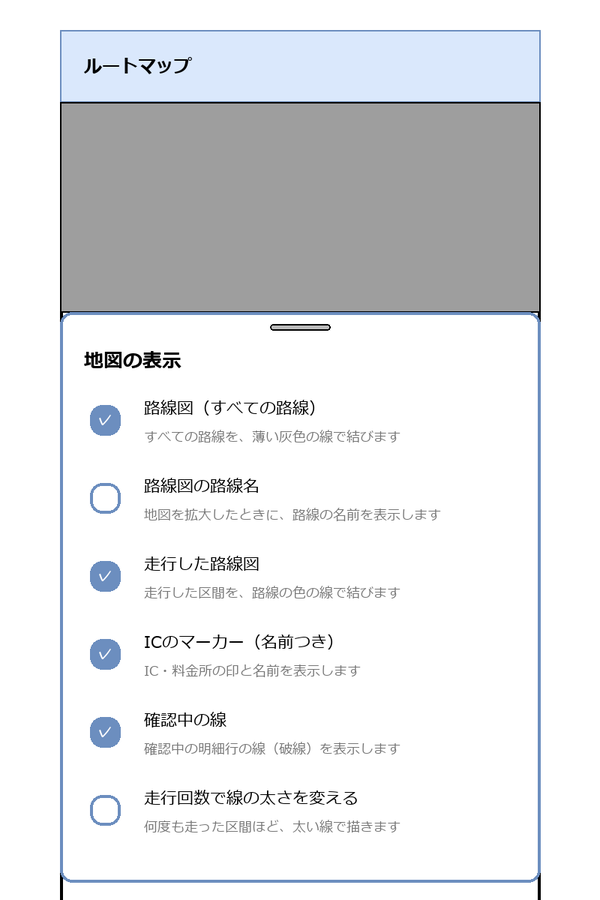
hnt1028/etc-meisai keeps this draw.io diagram as docs/systems/screens/images/SCR-005-route-map-layers.drawio.png. Above is the earlier version. Source tidied: cells renumbered, new cells last; positions are measured from the earlier drawing's top-left corner, leaving out a move shared by most shapes.
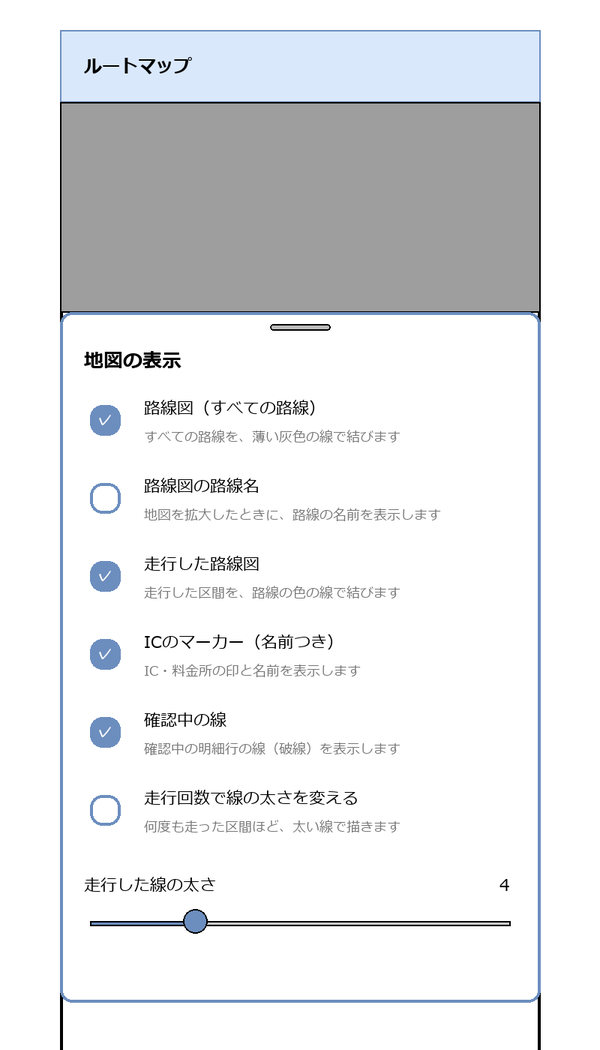
After the change.

Change to the diagram source:
```diff
@@ -3,7 +3,7 @@
     <mxCell id="0" />
     <mxCell id="1" parent="0" />
     <mxCell id="2" style="rounded=1;whiteSpace=wrap;html=1;arcSize=3;strokeWidth=2;" parent="1" vertex="1">
-      <mxGeometry width="320" height="640" as="geometry" />
+      <mxGeometry width="320" height="720" as="geometry" />
     </mxCell>
     <mxCell id="3" value="ルートマップ" style="rounded=0;whiteSpace=wrap;html=1;align=left;spacingLeft=16;fontStyle=1;fillColor=#dae8fc;strokeColor=#6c8ebf;" parent="1" vertex="1">
       <mxGeometry width="320" height="48" as="geometry" />
@@ -30,7 +30,7 @@
       <mxGeometry y="48" width="320" height="140" as="geometry" />
     </mxCell>
     <mxCell id="11" style="rounded=1;whiteSpace=wrap;html=1;arcSize=4;fillColor=#ffffff;strokeColor=#6c8ebf;strokeWidth=2;" parent="1" vertex="1">
-      <mxGeometry y="188" width="320" height="380" as="geometry" />
+      <mxGeometry y="188" width="320" height="460" as="geometry" />
     </mxCell>
     <mxCell id="12" style="rounded=1;whiteSpace=wrap;html=1;arcSize=50;fillColor=#bbbbbb;strokeColor=none;" parent="1" vertex="1">
       <mxGeometry x="140" y="196" width="40" height="4" as="geometry" />
@@ -104,5 +104,20 @@
     <mxCell id="35" value="何度も走った区間ほど、太い線で描きます" style="text;html=1;align=left;verticalAlign=middle;fontSize=9;fontColor=#777777;" parent="1" vertex="1">
       <mxGeometry x="56" y="522" width="250" height="18" as="geometry" />
     </mxCell>
+    <mxCell id="36" value="走行した線の太さ" style="text;html=1;align=left;verticalAlign=middle;fontSize=11;" parent="1" vertex="1">
+      <mxGeometry x="16" y="560" width="200" height="20" as="geometry" />
+    </mxCell>
+    <mxCell id="37" value="4" style="text;html=1;align=right;verticalAlign=middle;fontSize=11;" parent="1" vertex="1">
+      <mxGeometry x="260" y="560" width="40" height="20" as="geometry" />
+    </mxCell>
+    <mxCell id="38" style="rounded=0;whiteSpace=wrap;html=1;fillColor=#cccccc;strokeColor=none;" parent="1" vertex="1">
+      <mxGeometry x="20" y="594" width="280" height="3" as="geometry" />
+    </mxCell>
+    <mxCell id="39" style="rounded=0;whiteSpace=wrap;html=1;fillColor=#6c8ebf;strokeColor=none;" parent="1" vertex="1">
+      <mxGeometry x="20" y="594" width="70" height="3" as="geometry" />
+    </mxCell>
+    <mxCell id="40" style="ellipse;whiteSpace=wrap;html=1;fillColor=#6c8ebf;strokeColor=none;" parent="1" vertex="1">
+      <mxGeometry x="82" y="586" width="16" height="16" as="geometry" />
+    </mxCell>
   </root>
 </mxGraphModel>
```
